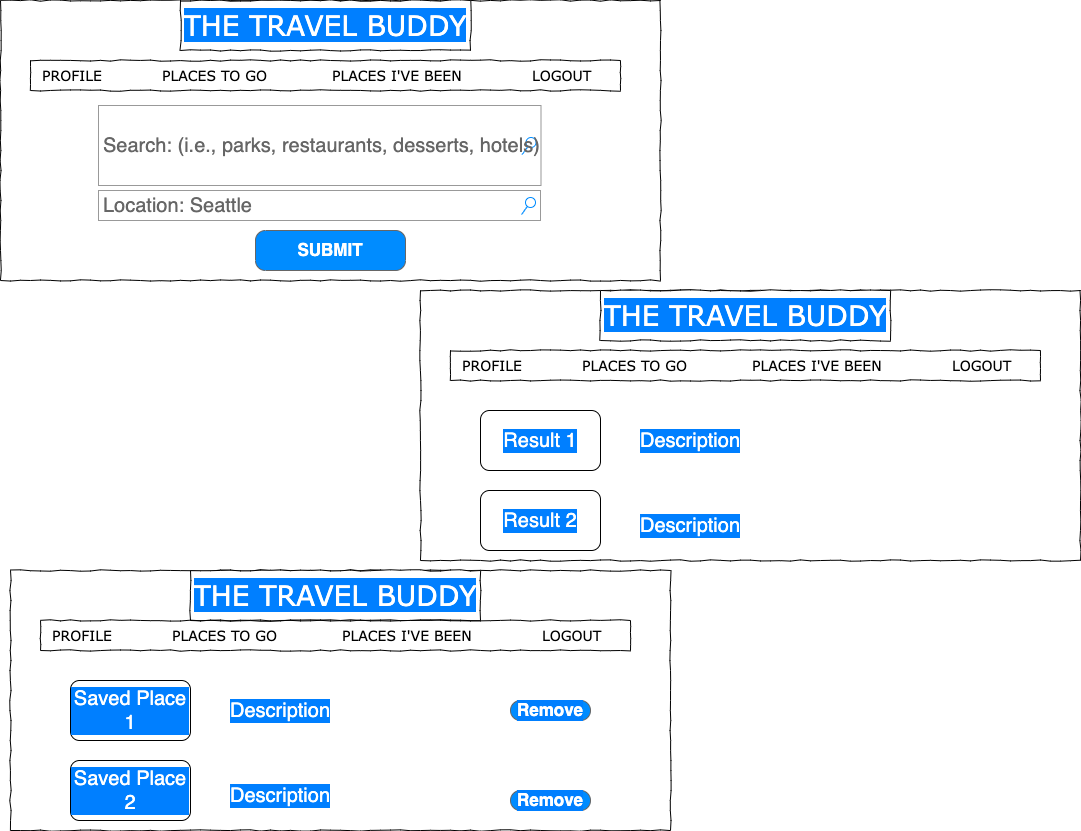
This is The-Travel-Buddy-Wireframe.drawio.png from taekim90/the-travel-buddy, a draw.io export, as it was before one commit. Source tidied: cells renumbered, new cells last; positions are measured from the earlier drawing's top-left corner, leaving out a move shared by most shapes.
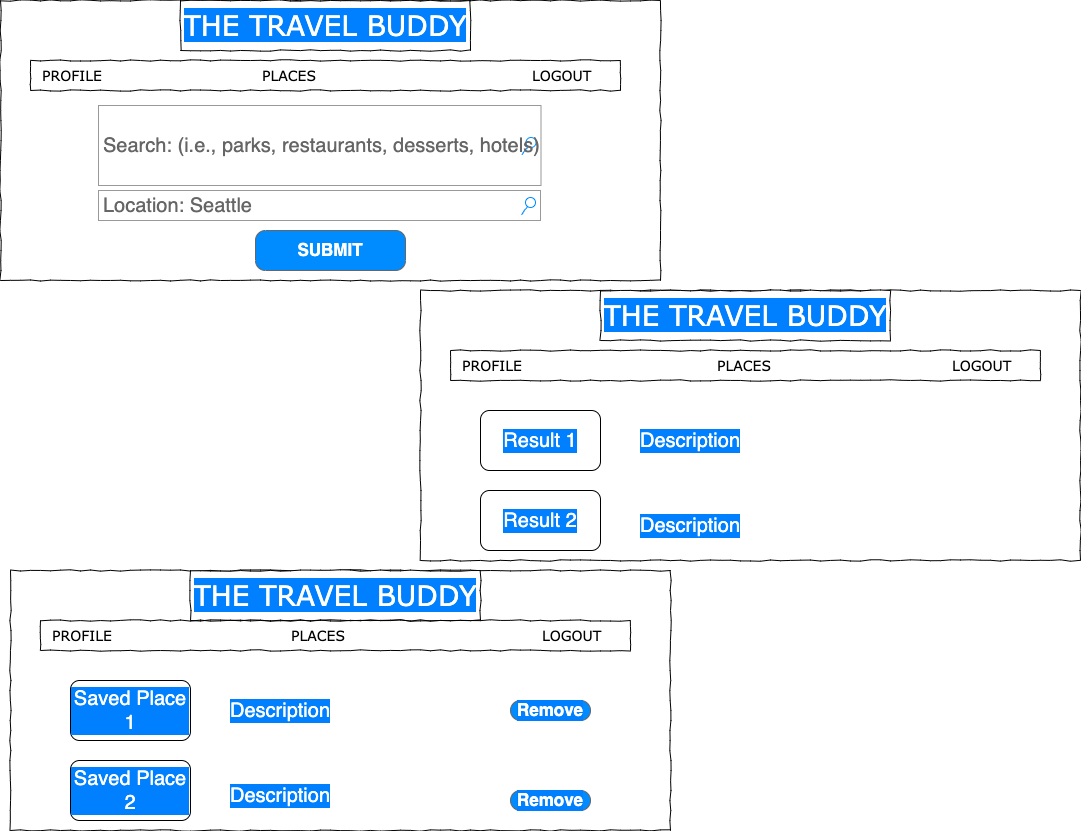
Above is the later version.

The edit, as a diff of the source:
```diff
@@ -1,8 +1,8 @@
-<mxGraphModel background="#FFFFFF">
+<mxGraphModel>
   <root>
     <mxCell id="0" />
     <mxCell id="1" parent="0" />
-    <mxCell id="2" style="whiteSpace=wrap;html=1;rounded=0;shadow=0;labelBackgroundColor=default;strokeColor=#000000;strokeWidth=1;fillColor=none;fontFamily=Verdana;fontSize=12;fontColor=#000000;align=center;comic=1;" parent="1" vertex="1">
+    <mxCell id="2" style="whiteSpace=wrap;html=1;rounded=0;shadow=0;labelBackgroundColor=none;strokeColor=#000000;strokeWidth=1;fillColor=none;fontFamily=Verdana;fontSize=12;fontColor=#000000;align=center;comic=1;" parent="1" vertex="1">
       <mxGeometry width="660" height="280" as="geometry" />
     </mxCell>
     <mxCell id="3" value="&lt;font color=&quot;#ffffff&quot; style=&quot;background-color: rgb(0 , 127 , 255)&quot;&gt;THE TRAVEL BUDDY&lt;/font&gt;" style="whiteSpace=wrap;html=1;rounded=0;shadow=0;labelBackgroundColor=none;strokeWidth=1;fontFamily=Verdana;fontSize=28;align=center;comic=1;" parent="1" vertex="1">
@@ -17,12 +17,9 @@
     <mxCell id="6" value="LOGOUT" style="text;html=1;align=left;verticalAlign=top;spacingTop=-4;fontSize=14;fontFamily=Verdana;" parent="1" vertex="1">
       <mxGeometry x="530" y="65" width="60" height="20" as="geometry" />
     </mxCell>
-    <mxCell id="7" value="PLACES TO GO" style="text;html=1;align=left;verticalAlign=top;spacingTop=-4;fontSize=14;fontFamily=Verdana;" parent="1" vertex="1">
-      <mxGeometry x="160" y="65" width="60" height="20" as="geometry" />
+    <mxCell id="7" value="PLACES" style="text;html=1;align=left;verticalAlign=top;spacingTop=-4;fontSize=14;fontFamily=Verdana;" parent="1" vertex="1">
+      <mxGeometry x="260" y="65" width="60" height="20" as="geometry" />
     </mxCell>
-    <mxCell id="8" value="PLACES I'VE BEEN" style="text;html=1;align=left;verticalAlign=top;spacingTop=-4;fontSize=14;fontFamily=Verdana;" parent="1" vertex="1">
-      <mxGeometry x="330" y="65" width="60" height="20" as="geometry" />
-    </mxCell>
     <mxCell id="9" value="PROFILE" style="text;html=1;align=left;verticalAlign=top;spacingTop=-4;fontSize=14;fontFamily=Verdana;" parent="1" vertex="1">
       <mxGeometry x="40" y="65" width="60" height="20" as="geometry" />
     </mxCell>
@@ -44,12 +41,6 @@
     <mxCell id="15" value="LOGOUT" style="text;html=1;align=left;verticalAlign=top;spacingTop=-4;fontSize=14;fontFamily=Verdana;" parent="1" vertex="1">
       <mxGeometry x="950" y="355" width="60" height="20" as="geometry" />
     </mxCell>
-    <mxCell id="16" value="PLACES TO GO" style="text;html=1;align=left;verticalAlign=top;spacingTop=-4;fontSize=14;fontFamily=Verdana;" parent="1" vertex="1">
-      <mxGeometry x="580" y="355" width="60" height="20" as="geometry" />
-    </mxCell>
-    <mxCell id="17" value="PLACES I'VE BEEN" style="text;html=1;align=left;verticalAlign=top;spacingTop=-4;fontSize=14;fontFamily=Verdana;" parent="1" vertex="1">
-      <mxGeometry x="750" y="355" width="60" height="20" as="geometry" />
-    </mxCell>
     <mxCell id="18" value="PROFILE" style="text;html=1;align=left;verticalAlign=top;spacingTop=-4;fontSize=14;fontFamily=Verdana;" parent="1" vertex="1">
       <mxGeometry x="460" y="355" width="60" height="20" as="geometry" />
     </mxCell>
@@ -77,12 +68,6 @@
     <mxCell id="26" value="LOGOUT" style="text;html=1;align=left;verticalAlign=top;spacingTop=-4;fontSize=14;fontFamily=Verdana;" parent="1" vertex="1">
       <mxGeometry x="540" y="625" width="60" height="20" as="geometry" />
     </mxCell>
-    <mxCell id="27" value="PLACES TO GO" style="text;html=1;align=left;verticalAlign=top;spacingTop=-4;fontSize=14;fontFamily=Verdana;" parent="1" vertex="1">
-      <mxGeometry x="170" y="625" width="60" height="20" as="geometry" />
-    </mxCell>
-    <mxCell id="28" value="PLACES I'VE BEEN" style="text;html=1;align=left;verticalAlign=top;spacingTop=-4;fontSize=14;fontFamily=Verdana;" parent="1" vertex="1">
-      <mxGeometry x="340" y="625" width="60" height="20" as="geometry" />
-    </mxCell>
     <mxCell id="29" value="PROFILE" style="text;html=1;align=left;verticalAlign=top;spacingTop=-4;fontSize=14;fontFamily=Verdana;" parent="1" vertex="1">
       <mxGeometry x="50" y="625" width="60" height="20" as="geometry" />
     </mxCell>
@@ -104,5 +89,11 @@
     <mxCell id="35" value="Remove" style="strokeWidth=1;shadow=0;dashed=0;align=center;html=1;shape=mxgraph.mockup.buttons.button;strokeColor=#666666;fontColor=#ffffff;mainText=;buttonStyle=round;fontSize=17;fontStyle=1;fillColor=#008cff;whiteSpace=wrap;labelBackgroundColor=#007FFF;" parent="1" vertex="1">
       <mxGeometry x="510" y="790" width="80" height="20" as="geometry" />
     </mxCell>
+    <mxCell id="36" value="PLACES" style="text;html=1;align=left;verticalAlign=top;spacingTop=-4;fontSize=14;fontFamily=Verdana;" parent="1" vertex="1">
+      <mxGeometry x="715" y="355" width="60" height="20" as="geometry" />
+    </mxCell>
+    <mxCell id="37" value="PLACES" style="text;html=1;align=left;verticalAlign=top;spacingTop=-4;fontSize=14;fontFamily=Verdana;" parent="1" vertex="1">
+      <mxGeometry x="289.2" y="625" width="60" height="20" as="geometry" />
+    </mxCell>
   </root>
 </mxGraphModel>
```
